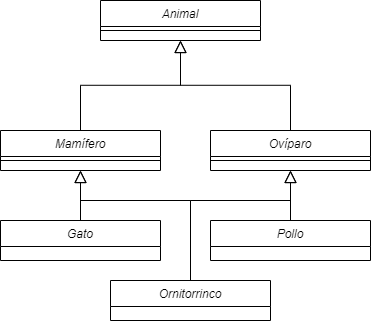
The draw.io diagram ejr2.drawio.png in GonzaloGmv/parcial-poo, before a commit. Source tidied: cells renumbered, new cells last; positions are measured from the earlier drawing's top-left corner, leaving out a move shared by most shapes.
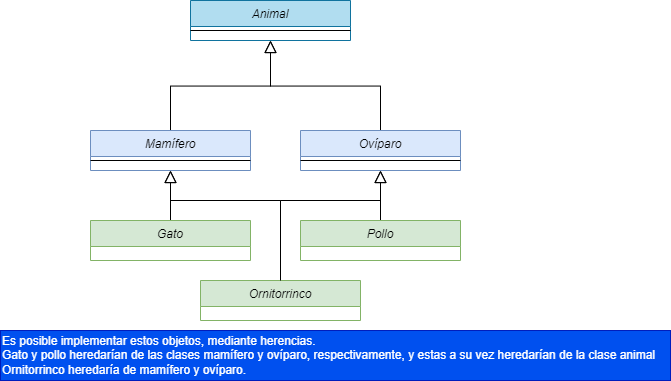
After the commit.

Change to the diagram source:
```diff
@@ -2,7 +2,7 @@
   <root>
     <mxCell id="0" />
     <mxCell id="1" parent="0" />
-    <mxCell id="2" value="Animal" style="swimlane;fontStyle=2;align=center;verticalAlign=top;horizontal=1;startSize=26;rounded=0;shadow=0;strokeWidth=1;" parent="1" vertex="1">
+    <mxCell id="2" value="Animal" style="swimlane;fontStyle=2;align=center;verticalAlign=top;horizontal=1;startSize=26;rounded=0;shadow=0;strokeWidth=1;fillColor=#b1ddf0;strokeColor=#10739e;" parent="1" vertex="1">
       <mxGeometry x="100" width="160" height="40" as="geometry" />
     </mxCell>
     <mxCell id="3" style="line;html=1;strokeWidth=1;align=left;verticalAlign=middle;spacingTop=-1;spacingLeft=3;spacingRight=3;labelPosition=right;" parent="2" vertex="1">
@@ -14,13 +14,13 @@
     <mxCell id="5" style="endArrow=block;endSize=10;endFill=0;shadow=0;strokeWidth=1;rounded=0;edgeStyle=elbowEdgeStyle;elbow=vertical;exitX=0.5;exitY=0;exitDx=0;exitDy=0;" parent="1" edge="1" source="8" target="2">
       <mxGeometry relative="1" as="geometry" />
     </mxCell>
-    <mxCell id="6" value="Mamífero" style="swimlane;fontStyle=2;align=center;verticalAlign=top;horizontal=1;startSize=26;rounded=0;shadow=0;strokeWidth=1;" parent="1" vertex="1">
+    <mxCell id="6" value="Mamífero" style="swimlane;fontStyle=2;align=center;verticalAlign=top;horizontal=1;startSize=26;rounded=0;shadow=0;strokeWidth=1;fillColor=#dae8fc;strokeColor=#6c8ebf;" parent="1" vertex="1">
       <mxGeometry y="130" width="160" height="40" as="geometry" />
     </mxCell>
     <mxCell id="7" style="line;html=1;strokeWidth=1;align=left;verticalAlign=middle;spacingTop=-1;spacingLeft=3;spacingRight=3;labelPosition=right;" parent="6" vertex="1">
       <mxGeometry y="26" width="160" height="8" as="geometry" />
     </mxCell>
-    <mxCell id="8" value="Ovíparo" style="swimlane;fontStyle=2;align=center;verticalAlign=top;horizontal=1;startSize=26;rounded=0;shadow=0;strokeWidth=1;" parent="1" vertex="1">
+    <mxCell id="8" value="Ovíparo" style="swimlane;fontStyle=2;align=center;verticalAlign=top;horizontal=1;startSize=26;rounded=0;shadow=0;strokeWidth=1;fillColor=#dae8fc;strokeColor=#6c8ebf;" parent="1" vertex="1">
       <mxGeometry x="210" y="130" width="160" height="40" as="geometry" />
     </mxCell>
     <mxCell id="9" style="line;html=1;strokeWidth=1;align=left;verticalAlign=middle;spacingTop=-1;spacingLeft=3;spacingRight=3;labelPosition=right;" parent="8" vertex="1">
@@ -36,7 +36,7 @@
         </Array>
       </mxGeometry>
     </mxCell>
-    <mxCell id="11" value="Gato" style="swimlane;fontStyle=2;align=center;verticalAlign=top;horizontal=1;startSize=26;rounded=0;shadow=0;strokeWidth=1;" parent="1" vertex="1">
+    <mxCell id="11" value="Gato" style="swimlane;fontStyle=2;align=center;verticalAlign=top;horizontal=1;startSize=26;rounded=0;shadow=0;strokeWidth=1;fillColor=#d5e8d4;strokeColor=#82b366;" parent="1" vertex="1">
       <mxGeometry y="220" width="160" height="40" as="geometry" />
     </mxCell>
     <mxCell id="12" style="endArrow=block;endSize=10;endFill=0;shadow=0;strokeWidth=1;rounded=0;edgeStyle=elbowEdgeStyle;elbow=vertical;exitX=0.5;exitY=0;exitDx=0;exitDy=0;" parent="1" edge="1" source="13">
@@ -49,7 +49,7 @@
         </Array>
       </mxGeometry>
     </mxCell>
-    <mxCell id="13" value="Pollo" style="swimlane;fontStyle=2;align=center;verticalAlign=top;horizontal=1;startSize=26;rounded=0;shadow=0;strokeWidth=1;" parent="1" vertex="1">
+    <mxCell id="13" value="Pollo" style="swimlane;fontStyle=2;align=center;verticalAlign=top;horizontal=1;startSize=26;rounded=0;shadow=0;strokeWidth=1;fillColor=#d5e8d4;strokeColor=#82b366;" parent="1" vertex="1">
       <mxGeometry x="210" y="220" width="160" height="40" as="geometry" />
     </mxCell>
     <mxCell id="14" style="endArrow=block;endSize=10;endFill=0;shadow=0;strokeWidth=1;rounded=0;edgeStyle=elbowEdgeStyle;elbow=vertical;exitX=0.5;exitY=0;exitDx=0;exitDy=0;" parent="1" edge="1" source="15">
@@ -63,7 +63,7 @@
         </Array>
       </mxGeometry>
     </mxCell>
-    <mxCell id="15" value="Ornitorrinco" style="swimlane;fontStyle=2;align=center;verticalAlign=top;horizontal=1;startSize=26;rounded=0;shadow=0;strokeWidth=1;" parent="1" vertex="1">
+    <mxCell id="15" value="Ornitorrinco" style="swimlane;fontStyle=2;align=center;verticalAlign=top;horizontal=1;startSize=26;rounded=0;shadow=0;strokeWidth=1;fillColor=#d5e8d4;strokeColor=#82b366;" parent="1" vertex="1">
       <mxGeometry x="110" y="280" width="160" height="40" as="geometry" />
     </mxCell>
     <mxCell id="16" style="endArrow=block;endSize=10;endFill=0;shadow=0;strokeWidth=1;rounded=0;edgeStyle=elbowEdgeStyle;elbow=vertical;exitX=0.5;exitY=0;exitDx=0;exitDy=0;" parent="1" edge="1" source="15">
@@ -78,5 +78,8 @@
         </Array>
       </mxGeometry>
     </mxCell>
+    <mxCell id="17" value="Es posible implementar estos objetos, mediante herencias.&lt;br&gt;Gato y pollo heredarían de las clases mamífero y ovíparo, respectivamente, y estas a su vez heredarían de la clase animal&lt;br&gt;Ornitorrinco heredaría de mamífero y ovíparo." style="text;html=1;align=left;verticalAlign=middle;rounded=0;fillColor=#0050ef;fontColor=#ffffff;strokeColor=#001DBC;" parent="1" vertex="1">
+      <mxGeometry x="-90" y="330" width="670" height="50" as="geometry" />
+    </mxCell>
   </root>
 </mxGraphModel>
```
